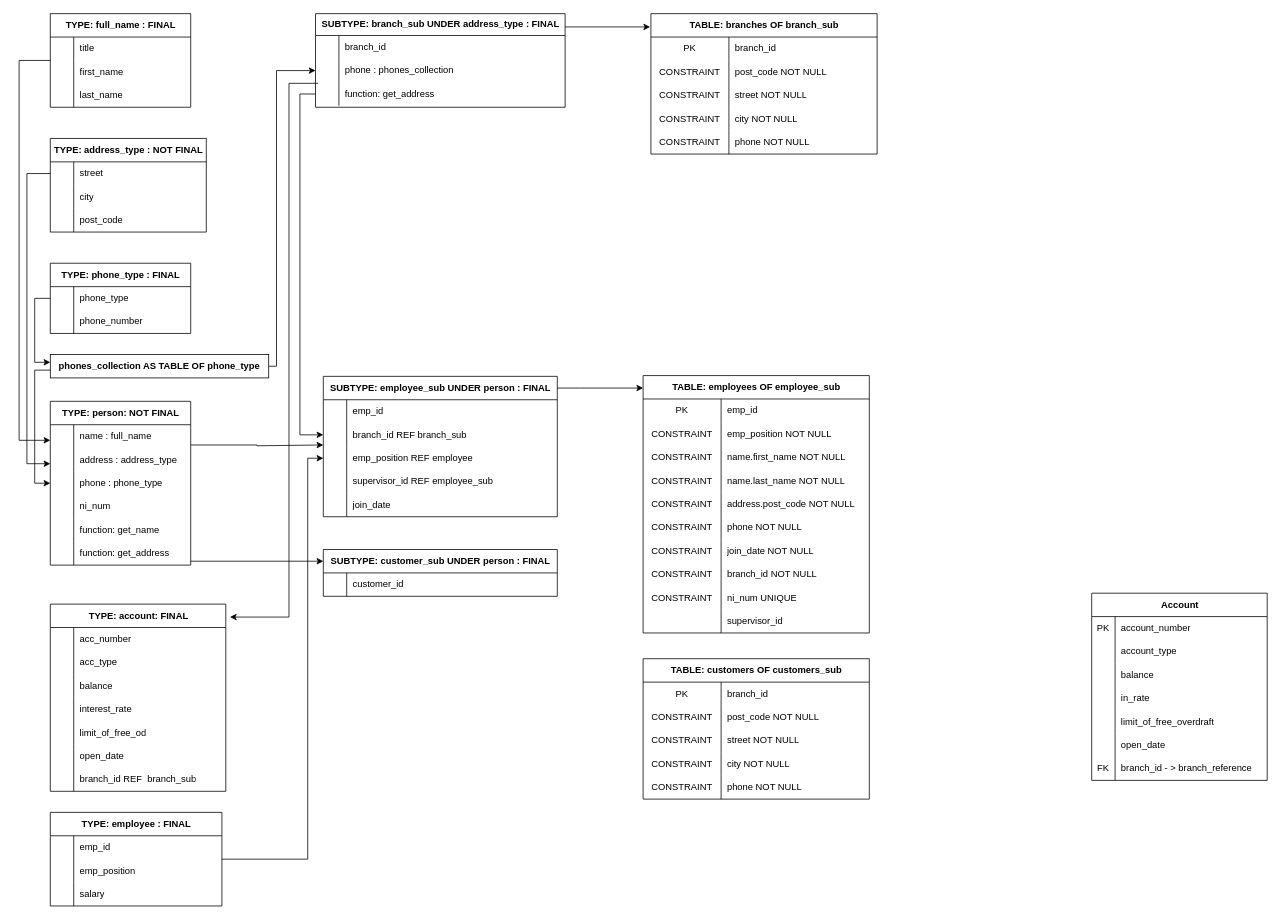
Before: ERD_UPDATE.drawio in ervette/systemathic-design, a draw.io diagram. Source tidied: cells renumbered, new cells numbered last; positions are measured from the earlier drawing's top-left corner, leaving out a move shared by most shapes. Both pictures are drawn from the tidied source at 78%, with x=0, y=0 at pixel (19, 13).
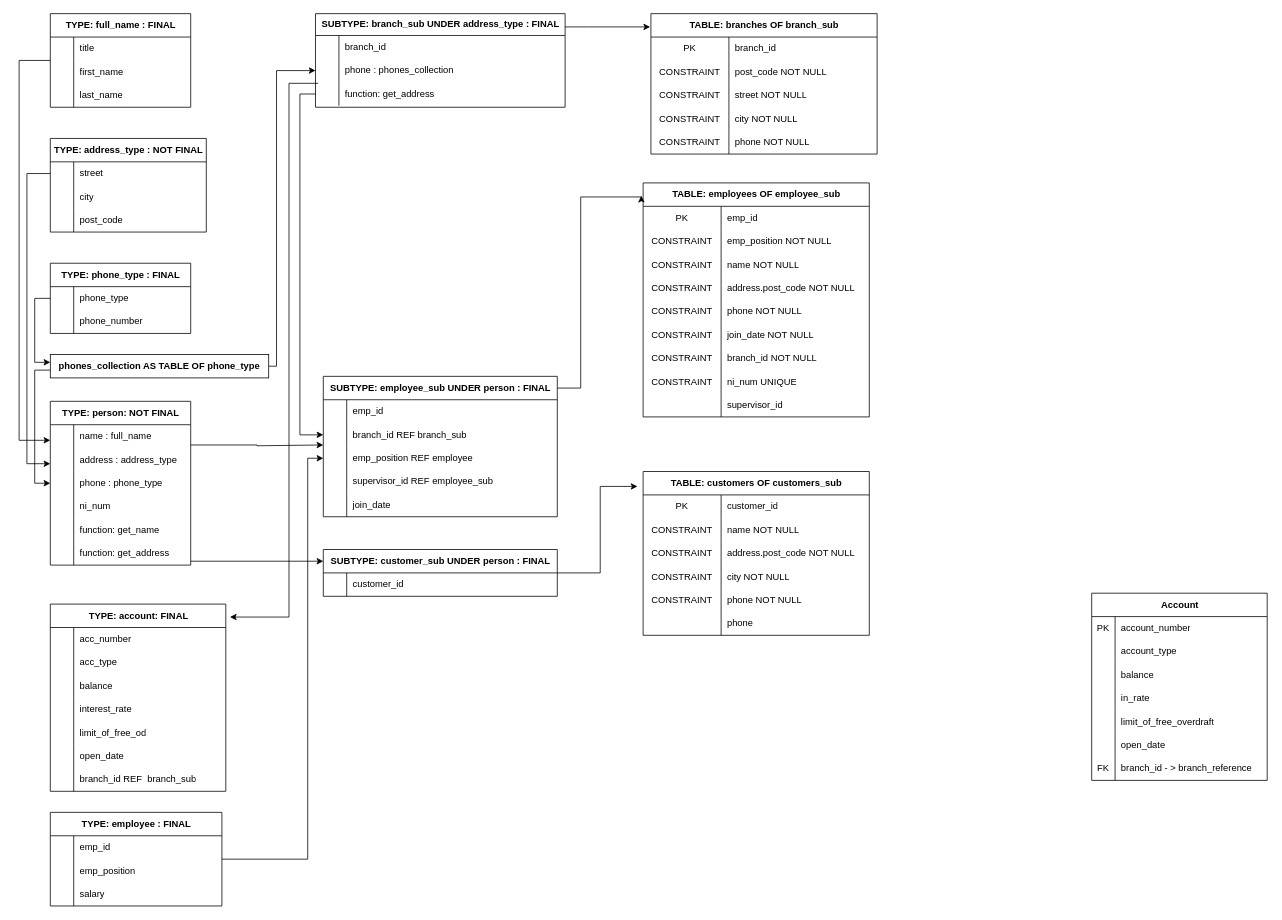
After the change.

Unchanged cells that the change refers to:
```xml
<mxCell id="42" value="SUBTYPE: customer_sub UNDER person : FINAL" style="shape=table;startSize=30;childLayout=tableLayout;rowLines=0;fontStyle=1;align=center;html=1;" parent="1" vertex="1">
  <mxGeometry x="390" y="687" width="300" height="60" as="geometry" />
</mxCell>
<mxCell id="124" value="SUBTYPE: employee_sub UNDER person : FINAL" style="shape=table;startSize=30;childLayout=tableLayout;rowLines=0;fontStyle=1;align=center;html=1;" parent="1" vertex="1">
  <mxGeometry x="390" y="465" width="300" height="180" as="geometry" />
</mxCell>
<mxCell id="167" style="shape=tableRow;horizontal=0;startSize=0;swimlaneHead=0;swimlaneBody=0;fillColor=none;top=0;left=0;right=0;bottom=0;" parent="160" vertex="1">
  <mxGeometry y="90" width="290" height="30" as="geometry" />
</mxCell>
<mxCell id="193" style="shape=tableRow;horizontal=0;startSize=0;swimlaneHead=0;swimlaneBody=0;fillColor=none;top=0;left=0;right=0;bottom=0;" parent="192" vertex="1">
  <mxGeometry y="30" width="290" height="30" as="geometry" />
</mxCell>
<mxCell id="196" style="shape=tableRow;horizontal=0;startSize=0;swimlaneHead=0;swimlaneBody=0;fillColor=none;top=0;left=0;right=0;bottom=0;" parent="192" vertex="1">
  <mxGeometry y="60" width="290" height="30" as="geometry" />
</mxCell>
<mxCell id="199" style="shape=tableRow;horizontal=0;startSize=0;swimlaneHead=0;swimlaneBody=0;fillColor=none;top=0;left=0;right=0;bottom=0;" parent="192" vertex="1">
  <mxGeometry y="90" width="290" height="30" as="geometry" />
</mxCell>
```

Change to the diagram source:
```diff
@@
     <mxCell id="160" value="TABLE: employees OF employee_sub" style="shape=table;startSize=30;childLayout=tableLayout;rowLines=0;fontStyle=1;align=center;html=1;" parent="1" vertex="1">
-      <mxGeometry x="800" y="464" width="290" height="330" as="geometry" />
+      <mxGeometry x="800" y="217" width="290" height="300" as="geometry" />
     </mxCell>
@@
-    <mxCell id="169" value="name.first_name NOT NULL" style="shape=partialRectangle;fillColor=none;top=0;left=0;bottom=0;right=0;align=left;spacingLeft=6;overflow=hidden;whiteSpace=wrap;html=1;" parent="167" vertex="1">
+    <mxCell id="169" value="name NOT NULL" style="shape=partialRectangle;fillColor=none;top=0;left=0;bottom=0;right=0;align=left;spacingLeft=6;overflow=hidden;whiteSpace=wrap;html=1;" parent="167" vertex="1">
       <mxGeometry x="100" width="190" height="30" as="geometry" />
     </mxCell>
-    <mxCell id="170" style="shape=tableRow;horizontal=0;startSize=0;swimlaneHead=0;swimlaneBody=0;fillColor=none;top=0;left=0;right=0;bottom=0;" parent="160" vertex="1">
-      <mxGeometry y="120" width="290" height="30" as="geometry" />
-    </mxCell>
-    <mxCell id="171" value="CONSTRAINT" style="shape=partialRectangle;fillColor=none;top=0;left=0;bottom=0;right=0;overflow=hidden;whiteSpace=wrap;html=1;" parent="170" vertex="1">
-      <mxGeometry width="100" height="30" as="geometry" />
-    </mxCell>
-    <mxCell id="172" value="name.last_name NOT NULL" style="shape=partialRectangle;fillColor=none;top=0;left=0;bottom=0;right=0;align=left;spacingLeft=6;overflow=hidden;whiteSpace=wrap;html=1;" parent="170" vertex="1">
-      <mxGeometry x="100" width="190" height="30" as="geometry" />
-    </mxCell>
     <mxCell id="173" style="shape=tableRow;horizontal=0;startSize=0;swimlaneHead=0;swimlaneBody=0;fillColor=none;top=0;left=0;right=0;bottom=0;" parent="160" vertex="1">
-      <mxGeometry y="150" width="290" height="30" as="geometry" />
+      <mxGeometry y="120" width="290" height="30" as="geometry" />
     </mxCell>
@@
     <mxCell id="176" style="shape=tableRow;horizontal=0;startSize=0;swimlaneHead=0;swimlaneBody=0;fillColor=none;top=0;left=0;right=0;bottom=0;" parent="160" vertex="1">
-      <mxGeometry y="180" width="290" height="30" as="geometry" />
+      <mxGeometry y="150" width="290" height="30" as="geometry" />
     </mxCell>
@@
     <mxCell id="179" style="shape=tableRow;horizontal=0;startSize=0;swimlaneHead=0;swimlaneBody=0;fillColor=none;top=0;left=0;right=0;bottom=0;" parent="160" vertex="1">
-      <mxGeometry y="210" width="290" height="30" as="geometry" />
+      <mxGeometry y="180" width="290" height="30" as="geometry" />
     </mxCell>
@@
     <mxCell id="182" style="shape=tableRow;horizontal=0;startSize=0;swimlaneHead=0;swimlaneBody=0;fillColor=none;top=0;left=0;right=0;bottom=0;" parent="160" vertex="1">
-      <mxGeometry y="240" width="290" height="30" as="geometry" />
+      <mxGeometry y="210" width="290" height="30" as="geometry" />
     </mxCell>
@@
     <mxCell id="185" style="shape=tableRow;horizontal=0;startSize=0;swimlaneHead=0;swimlaneBody=0;fillColor=none;top=0;left=0;right=0;bottom=0;" parent="160" vertex="1">
-      <mxGeometry y="270" width="290" height="30" as="geometry" />
+      <mxGeometry y="240" width="290" height="30" as="geometry" />
     </mxCell>
@@
     <mxCell id="188" style="shape=tableRow;horizontal=0;startSize=0;swimlaneHead=0;swimlaneBody=0;fillColor=none;top=0;left=0;right=0;bottom=0;" parent="160" vertex="1">
-      <mxGeometry y="300" width="290" height="30" as="geometry" />
+      <mxGeometry y="270" width="290" height="30" as="geometry" />
     </mxCell>
@@
-    <mxCell id="191" style="edgeStyle=orthogonalEdgeStyle;rounded=0;jettySize=auto;html=1;" parent="1" edge="1" source="124">
+    <mxCell id="191" style="edgeStyle=orthogonalEdgeStyle;rounded=0;jettySize=auto;html=1;entryX=-0.008;entryY=0.055;entryDx=0;entryDy=0;entryPerimeter=0;" parent="1" edge="1" source="124" target="160">
       <mxGeometry relative="1" as="geometry">
-        <mxPoint x="800" y="480" as="targetPoint" />
         <Array as="points">
           <mxPoint x="720" y="480" />
-          <mxPoint x="720" y="480" />
+          <mxPoint x="720" y="235" />
         </Array>
       </mxGeometry>
     </mxCell>
     <mxCell id="192" value="TABLE: customers OF customers_sub" style="shape=table;startSize=30;childLayout=tableLayout;rowLines=0;fontStyle=1;align=center;html=1;" parent="1" vertex="1">
-      <mxGeometry x="800" y="827" width="290" height="180" as="geometry" />
+      <mxGeometry x="800" y="587" width="290" height="210" as="geometry" />
     </mxCell>
@@
-    <mxCell id="195" value="branch_id" style="shape=partialRectangle;fillColor=none;top=0;left=0;bottom=0;right=0;align=left;spacingLeft=6;overflow=hidden;whiteSpace=wrap;html=1;" parent="193" vertex="1">
+    <mxCell id="195" value="customer_id" style="shape=partialRectangle;fillColor=none;top=0;left=0;bottom=0;right=0;align=left;spacingLeft=6;overflow=hidden;whiteSpace=wrap;html=1;" parent="193" vertex="1">
       <mxGeometry x="100" width="190" height="30" as="geometry" />
     </mxCell>
@@
-    <mxCell id="198" value="post_code NOT NULL" style="shape=partialRectangle;fillColor=none;top=0;left=0;bottom=0;right=0;align=left;spacingLeft=6;overflow=hidden;whiteSpace=wrap;html=1;" parent="196" vertex="1">
+    <mxCell id="198" value="name NOT NULL" style="shape=partialRectangle;fillColor=none;top=0;left=0;bottom=0;right=0;align=left;spacingLeft=6;overflow=hidden;whiteSpace=wrap;html=1;" parent="196" vertex="1">
       <mxGeometry x="100" width="190" height="30" as="geometry" />
     </mxCell>
@@
-    <mxCell id="201" value="street NOT NULL" style="shape=partialRectangle;fillColor=none;top=0;left=0;bottom=0;right=0;align=left;spacingLeft=6;overflow=hidden;whiteSpace=wrap;html=1;" parent="199" vertex="1">
+    <mxCell id="201" value="address.post_code NOT NULL" style="shape=partialRectangle;fillColor=none;top=0;left=0;bottom=0;right=0;align=left;spacingLeft=6;overflow=hidden;whiteSpace=wrap;html=1;" parent="199" vertex="1">
       <mxGeometry x="100" width="190" height="30" as="geometry" />
     </mxCell>
@@
+    <mxCell id="208" style="shape=tableRow;horizontal=0;startSize=0;swimlaneHead=0;swimlaneBody=0;fillColor=none;top=0;left=0;right=0;bottom=0;" parent="192" vertex="1">
+      <mxGeometry y="180" width="290" height="30" as="geometry" />
+    </mxCell>
+    <mxCell id="209" style="shape=partialRectangle;fillColor=none;top=0;left=0;bottom=0;right=0;overflow=hidden;whiteSpace=wrap;html=1;" parent="208" vertex="1">
+      <mxGeometry width="100" height="30" as="geometry" />
+    </mxCell>
+    <mxCell id="210" value="phone" style="shape=partialRectangle;fillColor=none;top=0;left=0;bottom=0;right=0;align=left;spacingLeft=6;overflow=hidden;whiteSpace=wrap;html=1;" parent="208" vertex="1">
+      <mxGeometry x="100" width="190" height="30" as="geometry" />
+    </mxCell>
+    <mxCell id="211" style="edgeStyle=orthogonalEdgeStyle;rounded=0;jettySize=auto;html=1;entryX=-0.025;entryY=0.091;entryDx=0;entryDy=0;entryPerimeter=0;" parent="1" edge="1" source="42" target="192">
+      <mxGeometry relative="1" as="geometry" />
+    </mxCell>
```
